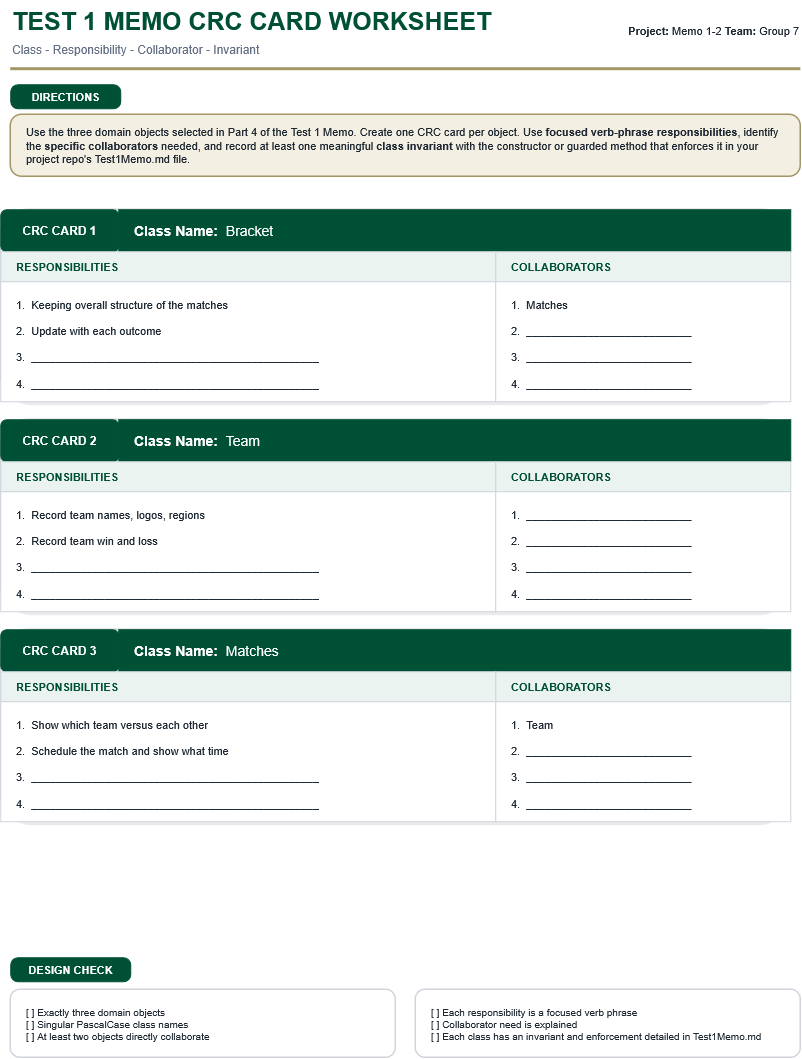
The draw.io diagram Test1Memo_CRC_Card_Handout.drawio.png in linkevin03/Group-7-ITCS-3112, before a commit. Source tidied: cells renumbered, new cells last; positions are measured from the earlier drawing's top-left corner, leaving out a move shared by most shapes.
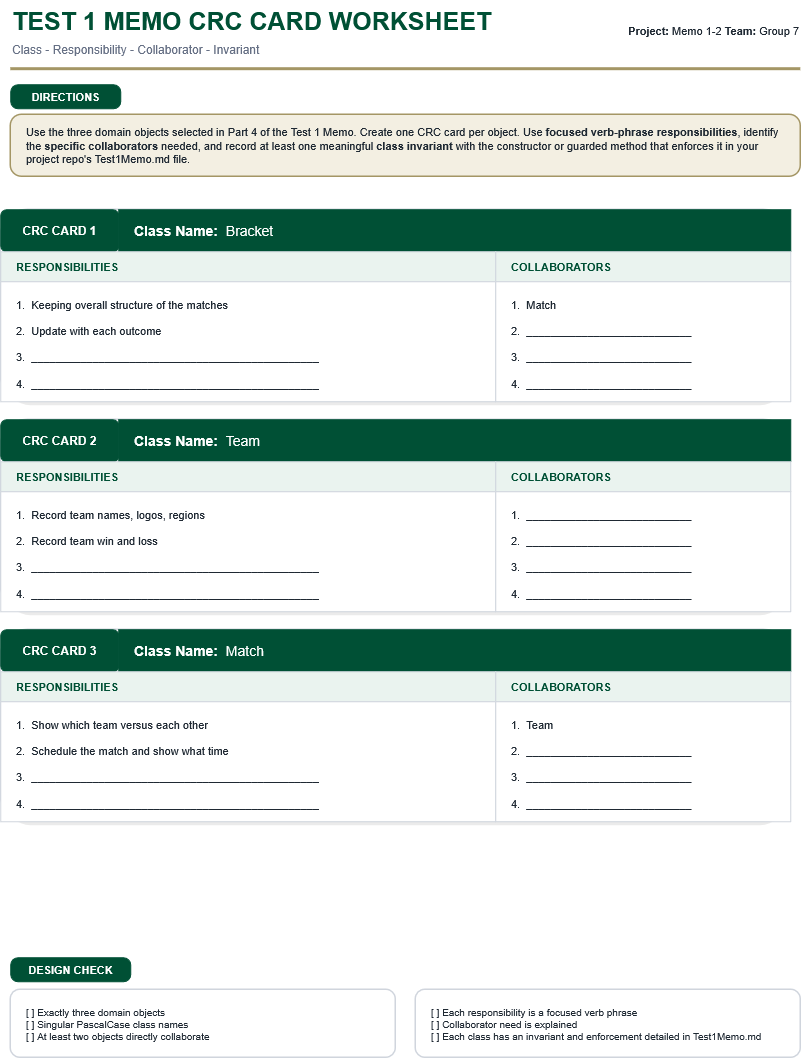
Above is the later version.

Commit message:
Replaced 'matches' noun with 'match'

What changed in the source:
```diff
@@ -50,7 +50,7 @@
     <mxCell id="17" value="1.&amp;nbsp; Keeping overall structure of the matches&lt;br&gt;&lt;br&gt;2.&amp;nbsp; Update with each outcome&lt;br&gt;&lt;br&gt;3.&amp;nbsp; _______________________________________________&lt;br&gt;&lt;br&gt;4.&amp;nbsp; _______________________________________________" style="whiteSpace=wrap;html=1;fillColor=#FFFFFF;strokeColor=#D0D5DD;fontColor=#1F2933;fontSize=11;align=left;verticalAlign=top;spacingTop=10;spacingLeft=14;" parent="1" vertex="1">
       <mxGeometry y="282" width="495" height="120" as="geometry" />
     </mxCell>
-    <mxCell id="18" value="1.&amp;nbsp; Matches&lt;br&gt;&lt;br&gt;2.&amp;nbsp; ___________________________&lt;br&gt;&lt;br&gt;3.&amp;nbsp; ___________________________&lt;br&gt;&lt;br&gt;4.&amp;nbsp; ___________________________" style="whiteSpace=wrap;html=1;fillColor=#FFFFFF;strokeColor=#D0D5DD;fontColor=#1F2933;fontSize=11;align=left;verticalAlign=top;spacingTop=10;spacingLeft=14;" parent="1" vertex="1">
+    <mxCell id="18" value="1.&amp;nbsp; Match&lt;br&gt;&lt;br&gt;2.&amp;nbsp; ___________________________&lt;br&gt;&lt;br&gt;3.&amp;nbsp; ___________________________&lt;br&gt;&lt;br&gt;4.&amp;nbsp; ___________________________" style="whiteSpace=wrap;html=1;fillColor=#FFFFFF;strokeColor=#D0D5DD;fontColor=#1F2933;fontSize=11;align=left;verticalAlign=top;spacingTop=10;spacingLeft=14;" parent="1" vertex="1">
       <mxGeometry x="495" y="282" width="295" height="120" as="geometry" />
     </mxCell>
     <mxCell id="19" style="rounded=1;arcSize=14;html=1;fillColor=#000000;fillOpacity=8;strokeColor=none;" parent="1" vertex="1">
@@ -86,7 +86,7 @@
     <mxCell id="29" value="CRC CARD 3" style="rounded=1;arcSize=14;html=1;fillColor=#005035;strokeColor=#005035;fontColor=#FFFFFF;fontSize=12;fontStyle=1;align=center;verticalAlign=middle;" parent="1" vertex="1">
       <mxGeometry y="630" width="118" height="42" as="geometry" />
     </mxCell>
-    <mxCell id="30" value="&lt;b&gt;Class Name:&lt;/b&gt;&amp;nbsp; Matches" style="whiteSpace=wrap;html=1;fillColor=#005035;strokeColor=#005035;fontColor=#FFFFFF;fontSize=14;align=left;verticalAlign=middle;spacingLeft=14;" parent="1" vertex="1">
+    <mxCell id="30" value="&lt;b&gt;Class Name:&lt;/b&gt;&amp;nbsp; Match" style="whiteSpace=wrap;html=1;fillColor=#005035;strokeColor=#005035;fontColor=#FFFFFF;fontSize=14;align=left;verticalAlign=middle;spacingLeft=14;" parent="1" vertex="1">
       <mxGeometry x="118" y="630" width="672" height="42" as="geometry" />
     </mxCell>
     <mxCell id="31" value="RESPONSIBILITIES" style="whiteSpace=wrap;html=1;fillColor=#EAF3EF;strokeColor=#D0D5DD;fontColor=#005035;fontSize=11;fontStyle=1;align=left;verticalAlign=middle;spacingLeft=14;" parent="1" vertex="1">
```
